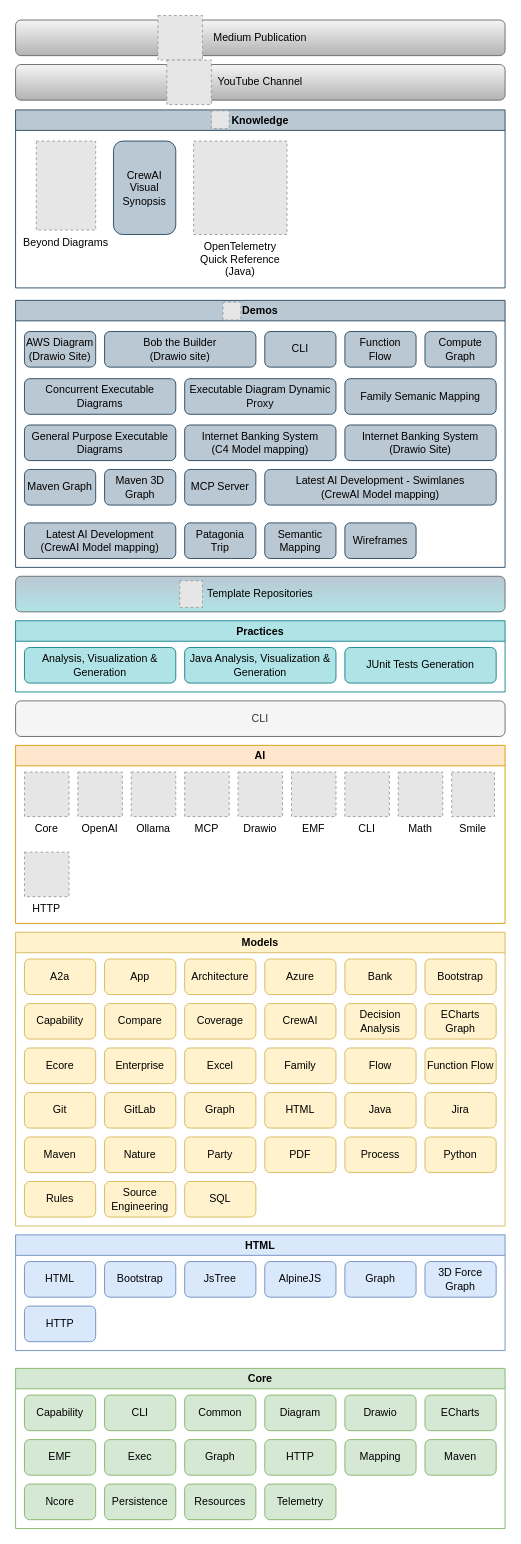
This is model/nasdanika.drawio from Nasdanika/nasdanika.github.io, a draw.io file, before an edit. Source tidied: cells renumbered, new cells numbered last; positions are measured from the earlier drawing's top-left corner, leaving out a move shared by most shapes. Both pictures are drawn from the tidied source at 89%, with x=0, y=0 at pixel (15, 15). Pictures stored in the file or linked from it are replaced by grey dashed boxes.
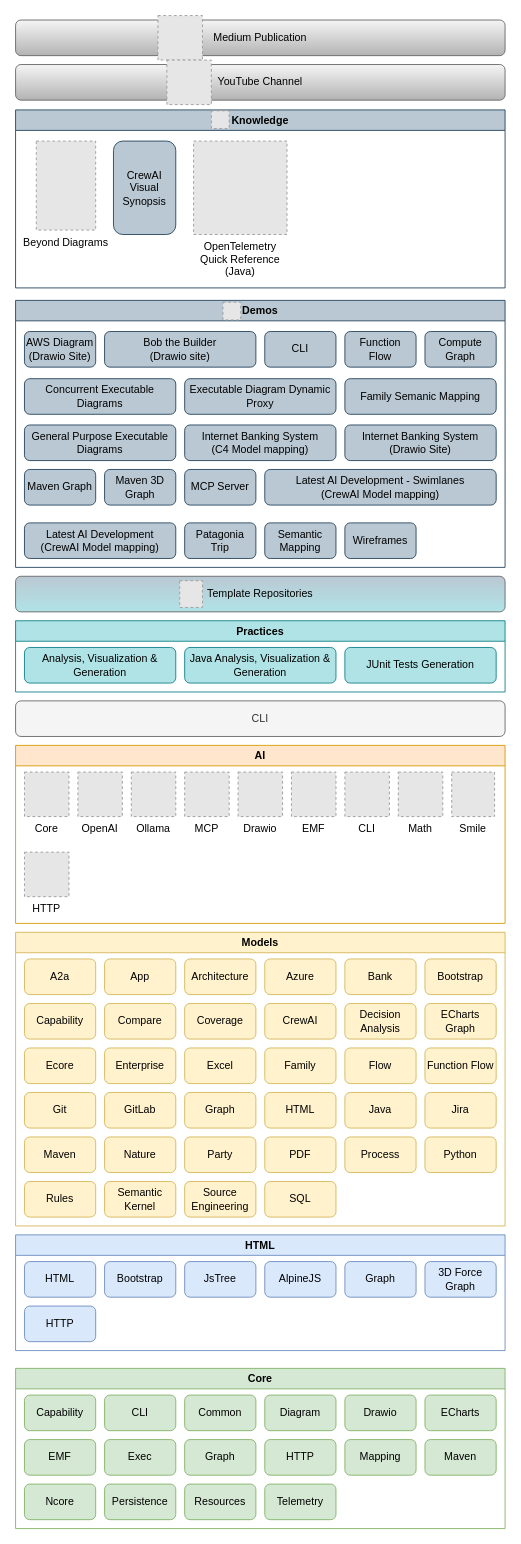
Above is the later version.

The change refers to these unchanged cells:
```xml
<mxCell id="27" value="Models" style="swimlane;whiteSpace=wrap;html=1;fillColor=#fff2cc;strokeColor=#d6b656;" parent="1" vertex="1">
  <mxGeometry y="1030" width="550" height="330" as="geometry" />
</mxCell>
```

Diff of the diagram source:
```diff
@@
-    <mxCell id="37" value="Source&lt;div&gt;Engineering&lt;/div&gt;" style="rounded=1;whiteSpace=wrap;html=1;fillColor=#fff2cc;strokeColor=#d6b656;" parent="27" vertex="1">
-      <mxGeometry x="100" y="280" width="80" height="40" as="geometry" />
-    </mxCell>
+    <mxCell id="109" value="Semantic&lt;div&gt;Kernel&lt;/div&gt;" style="rounded=1;whiteSpace=wrap;html=1;fillColor=#fff2cc;strokeColor=#d6b656;" parent="27" vertex="1">
+      <mxGeometry x="100" y="280" width="80" height="40" as="geometry" />
+    </mxCell>
@@
     <mxCell id="58" value="SQL" style="rounded=1;whiteSpace=wrap;html=1;fillColor=#fff2cc;strokeColor=#d6b656;" parent="27" vertex="1">
-      <mxGeometry x="190" y="280" width="80" height="40" as="geometry" />
+      <mxGeometry x="280" y="280" width="80" height="40" as="geometry" />
     </mxCell>
@@
+    <mxCell id="37" value="Source&lt;div&gt;Engineering&lt;/div&gt;" style="rounded=1;whiteSpace=wrap;html=1;fillColor=#fff2cc;strokeColor=#d6b656;" parent="27" vertex="1">
+      <mxGeometry x="190" y="280" width="80" height="40" as="geometry" />
+    </mxCell>
```
